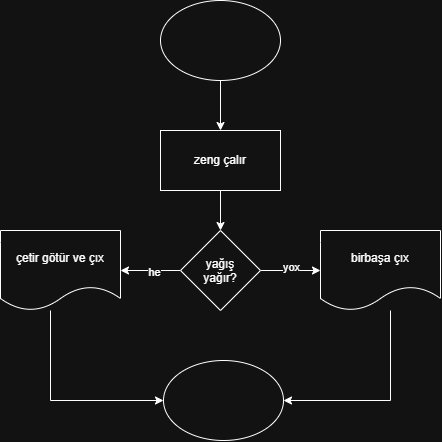
The draw.io diagram flowcharts/morning.png in SonaMustafa/flowchart-tasks, before a commit. Source tidied: cells renumbered, new cells last; positions are measured from the earlier drawing's top-left corner, leaving out a move shared by most shapes.
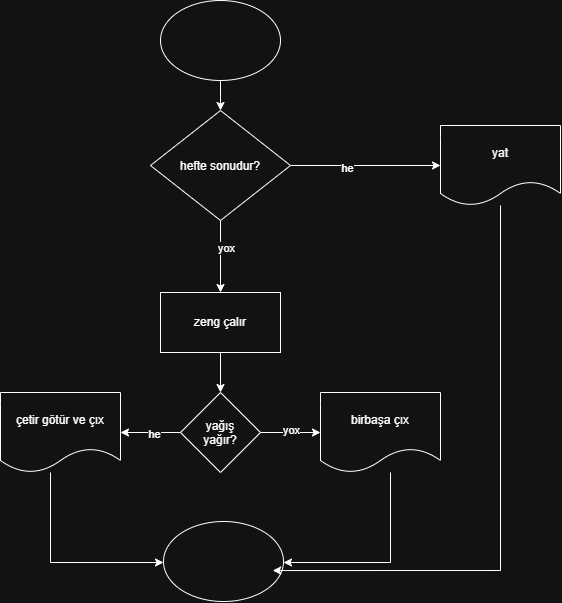
After the change.

Commit message:
Update morning flowchart to include weekend check

The edit, as a diff of the source:
```diff
@@ -2,11 +2,11 @@
   <root>
     <mxCell id="0" />
     <mxCell id="1" parent="0" />
-    <mxCell id="2" style="edgeStyle=orthogonalEdgeStyle;rounded=0;jettySize=auto;html=1;" parent="1" edge="1" source="3" target="5">
-      <mxGeometry relative="1" as="geometry" />
-    </mxCell>
+    <mxCell id="16" style="edgeStyle=orthogonalEdgeStyle;rounded=0;jettySize=auto;html=1;" parent="1" edge="1" source="3" target="21">
+      <mxGeometry relative="1" as="geometry" />
+    </mxCell>
     <mxCell id="3" style="ellipse;whiteSpace=wrap;html=1;shapeInside=1;" parent="1" vertex="1">
-      <mxGeometry x="160" width="120" height="80" as="geometry" />
+      <mxGeometry x="160" y="-162" width="120" height="80" as="geometry" />
     </mxCell>
     <mxCell id="4" style="edgeStyle=orthogonalEdgeStyle;rounded=0;jettySize=auto;html=1;" parent="1" edge="1" source="5" target="10">
       <mxGeometry relative="1" as="geometry" />
@@ -29,8 +29,9 @@
     <mxCell id="10" value="yağış yağır?" style="rhombus;whiteSpace=wrap;html=1;shapeInside=1;" parent="1" vertex="1">
       <mxGeometry x="180" y="230" width="80" height="80" as="geometry" />
     </mxCell>
-    <mxCell id="11" style="edgeStyle=orthogonalEdgeStyle;rounded=0;jettySize=auto;html=1;entryX=1;entryY=0.5;entryDx=0;entryDy=0;" parent="1" edge="1" source="12" target="15">
+    <mxCell id="11" style="edgeStyle=orthogonalEdgeStyle;rounded=0;jettySize=auto;html=1;entryX=1;entryY=0.5;entryDx=0;entryDy=0;" parent="1" edge="1" source="12">
       <mxGeometry x="-0.5" relative="1" as="geometry">
+        <mxPoint x="283" y="400" as="targetPoint" />
         <Array as="points">
           <mxPoint x="390" y="400" />
         </Array>
@@ -39,8 +40,9 @@
     <mxCell id="12" value="birbaşa çıx" style="shape=document;whiteSpace=wrap;html=1;boundedLbl=1;" parent="1" vertex="1">
       <mxGeometry x="320" y="230" width="120" height="80" as="geometry" />
     </mxCell>
-    <mxCell id="13" style="edgeStyle=orthogonalEdgeStyle;rounded=0;jettySize=auto;html=1;entryX=0;entryY=0.5;entryDx=0;entryDy=0;" parent="1" edge="1" source="14" target="15">
+    <mxCell id="13" style="edgeStyle=orthogonalEdgeStyle;rounded=0;jettySize=auto;html=1;entryX=0;entryY=0.5;entryDx=0;entryDy=0;" parent="1" edge="1" source="14">
       <mxGeometry relative="1" as="geometry">
+        <mxPoint x="163" y="400" as="targetPoint" />
         <Array as="points">
           <mxPoint x="50" y="400" />
           <mxPoint x="160" y="400" />
@@ -51,7 +53,32 @@
       <mxGeometry y="230" width="120" height="80" as="geometry" />
     </mxCell>
     <mxCell id="15" style="ellipse;whiteSpace=wrap;html=1;shapeInside=1;" parent="1" vertex="1">
-      <mxGeometry x="163" y="360" width="120" height="80" as="geometry" />
+      <mxGeometry x="163" y="359" width="120" height="80" as="geometry" />
     </mxCell>
+    <mxCell id="17" style="edgeStyle=orthogonalEdgeStyle;rounded=0;jettySize=auto;html=1;exitX=0.5;exitY=1;exitDx=0;exitDy=0;entryX=0.5;entryY=0;entryDx=0;entryDy=0;" parent="1" edge="1" source="21" target="5">
+      <mxGeometry relative="1" as="geometry" />
+    </mxCell>
+    <mxCell id="18" value="yox" style="edgeLabel;html=1;align=center;verticalAlign=middle;" parent="17" vertex="1">
+      <mxGeometry x="-0.26" y="5" relative="1" as="geometry" />
+    </mxCell>
+    <mxCell id="19" style="edgeStyle=orthogonalEdgeStyle;rounded=0;jettySize=auto;html=1;" parent="1" edge="1" source="21" target="23">
+      <mxGeometry relative="1" as="geometry" />
+    </mxCell>
+    <mxCell id="20" value="he" style="edgeLabel;html=1;align=center;verticalAlign=middle;" parent="19" vertex="1">
+      <mxGeometry x="-0.26" y="-2" relative="1" as="geometry" />
+    </mxCell>
+    <mxCell id="21" value="hefte sonudur?" style="rhombus;whiteSpace=wrap;html=1;shapeInside=1;" parent="1" vertex="1">
+      <mxGeometry x="150" y="-52" width="140" height="110" as="geometry" />
+    </mxCell>
+    <mxCell id="22" style="edgeStyle=orthogonalEdgeStyle;rounded=0;jettySize=auto;html=1;entryX=0.91;entryY=0.613;entryDx=0;entryDy=0;entryPerimeter=0;" parent="1" edge="1" source="23" target="15">
+      <mxGeometry x="-0.04" relative="1" as="geometry">
+        <Array as="points">
+          <mxPoint x="500" y="408" />
+        </Array>
+      </mxGeometry>
+    </mxCell>
+    <mxCell id="23" value="yat" style="shape=document;whiteSpace=wrap;html=1;boundedLbl=1;" parent="1" vertex="1">
+      <mxGeometry x="440" y="-37" width="120" height="80" as="geometry" />
+    </mxCell>
   </root>
 </mxGraphModel>
```
